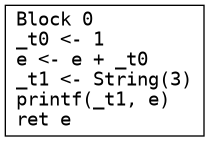
The Graphviz diagram baz.png in seanchuck/compiler-s25, before a commit. Its source is kept beside it as baz.dot.
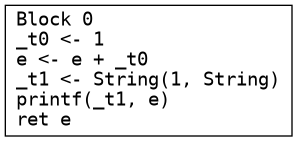
The same file after the commit.

Diff of the diagram source:
```diff
@@ -1,4 +1,4 @@
 digraph CFG {
   node [shape=box fontname="monospace"];
-  0 [label="Block 0\l_t0 <- 1\le <- e + _t0\l_t1 <- String(3)\lprintf(_t1, e)\lret e\l"];
+  0 [label="Block 0\l_t0 <- 1\le <- e + _t0\l_t1 <- String(1, String)\lprintf(_t1, e)\lret e\l"];
 }
```
